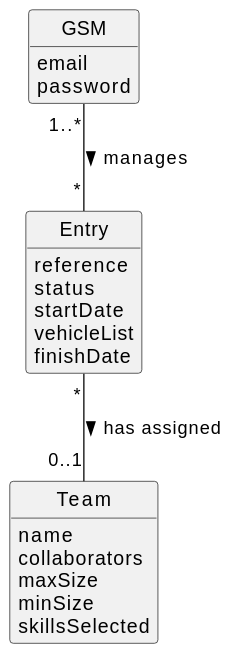
Before: docs/sprintC/us027/02.analysis/svg/us023-domain-model.svg, a diagram exported from PlantUML (francisc-o-liveira/lei-24-s2-1dp-g163).
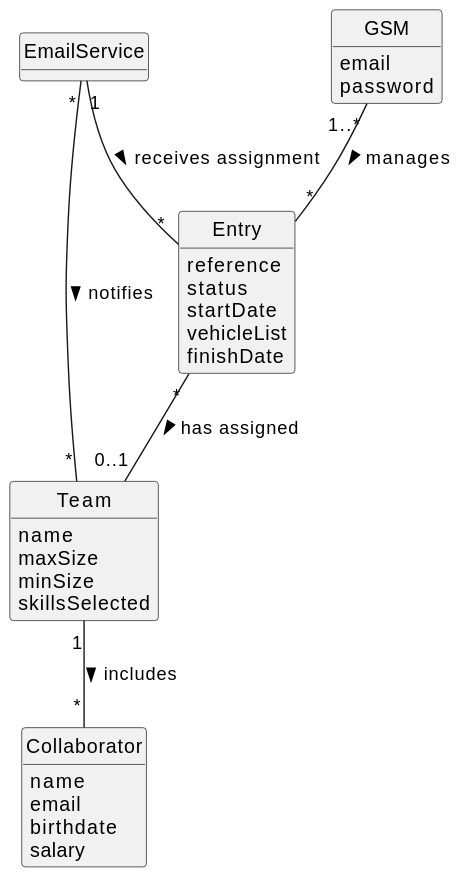
The same diagram one commit later.

The edit, as a diff of the source:
```diff
@@ -7,7 +7,7 @@
 hide methods
 
 class Entry{
-   reference
+    reference
     status
     startDate
     vehicleList
@@ -21,14 +21,28 @@
 
 class Team {
     name
-    collaborators
     maxSize
     minSize
     skillsSelected
 }
 
+class Collaborator {
+    name
+    email
+    birthdate
+    salary
+}
+
+
+class EmailService {
+}
 
 GSM "1..*" -- "*" Entry : manages >
 
 Entry "*" -- "0..1" Team : has assigned >
+
+Team "1" -- "*" Collaborator : includes >
+
+EmailService "1" -- "*" Entry : receives assignment >
+EmailService "*" -- "*" Team : notifies >
 @enduml
```
